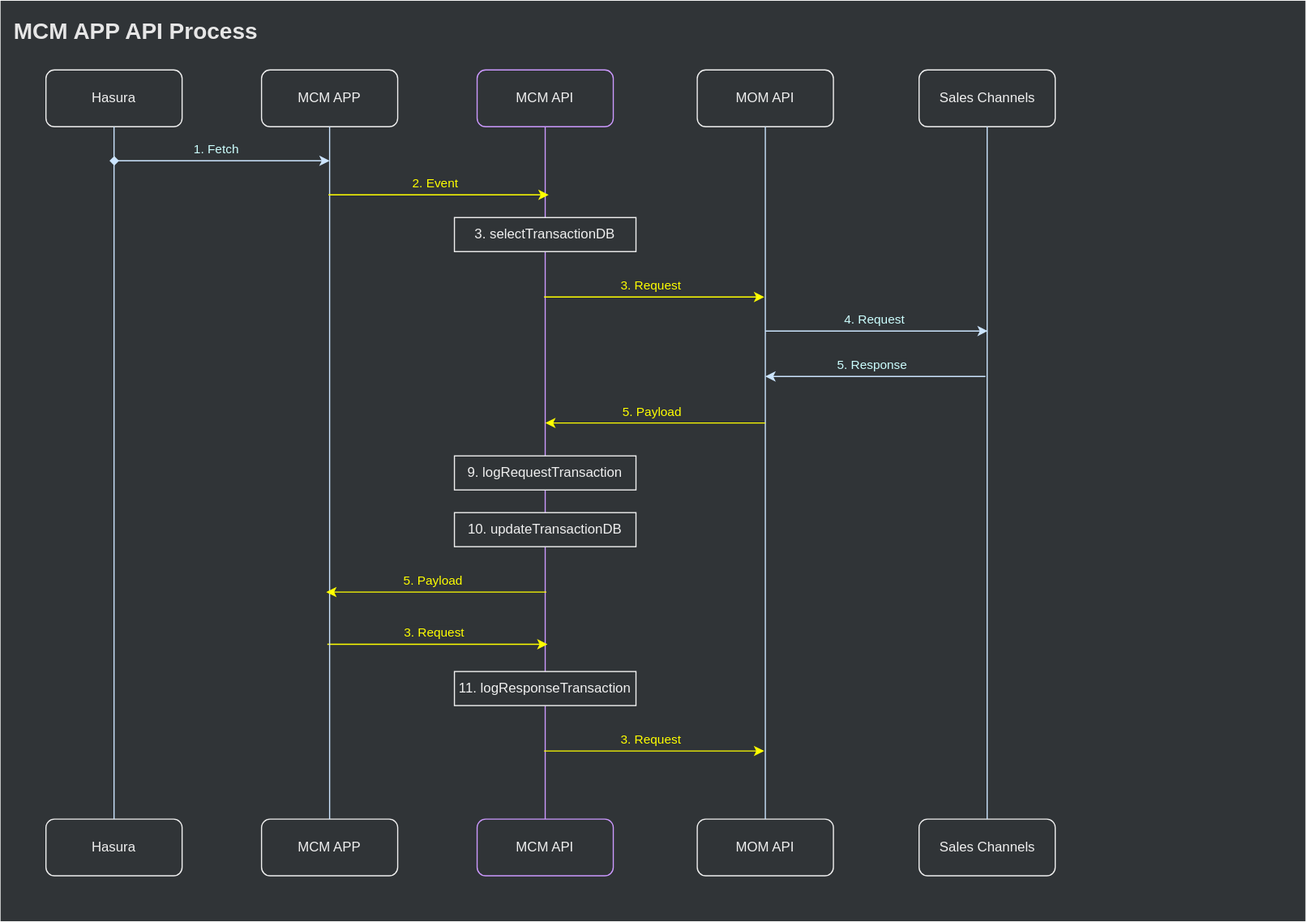
jiholee-ntwglobal/jiholee-ntwglobal.github.io keeps this draw.io diagram as assets/.draw.io/documents/geclio2-mcm-app-api.svg. Above is the earlier version. Source tidied: cells renumbered, new cells last; positions are measured from the earlier drawing's top-left corner, leaving out a move shared by most shapes.
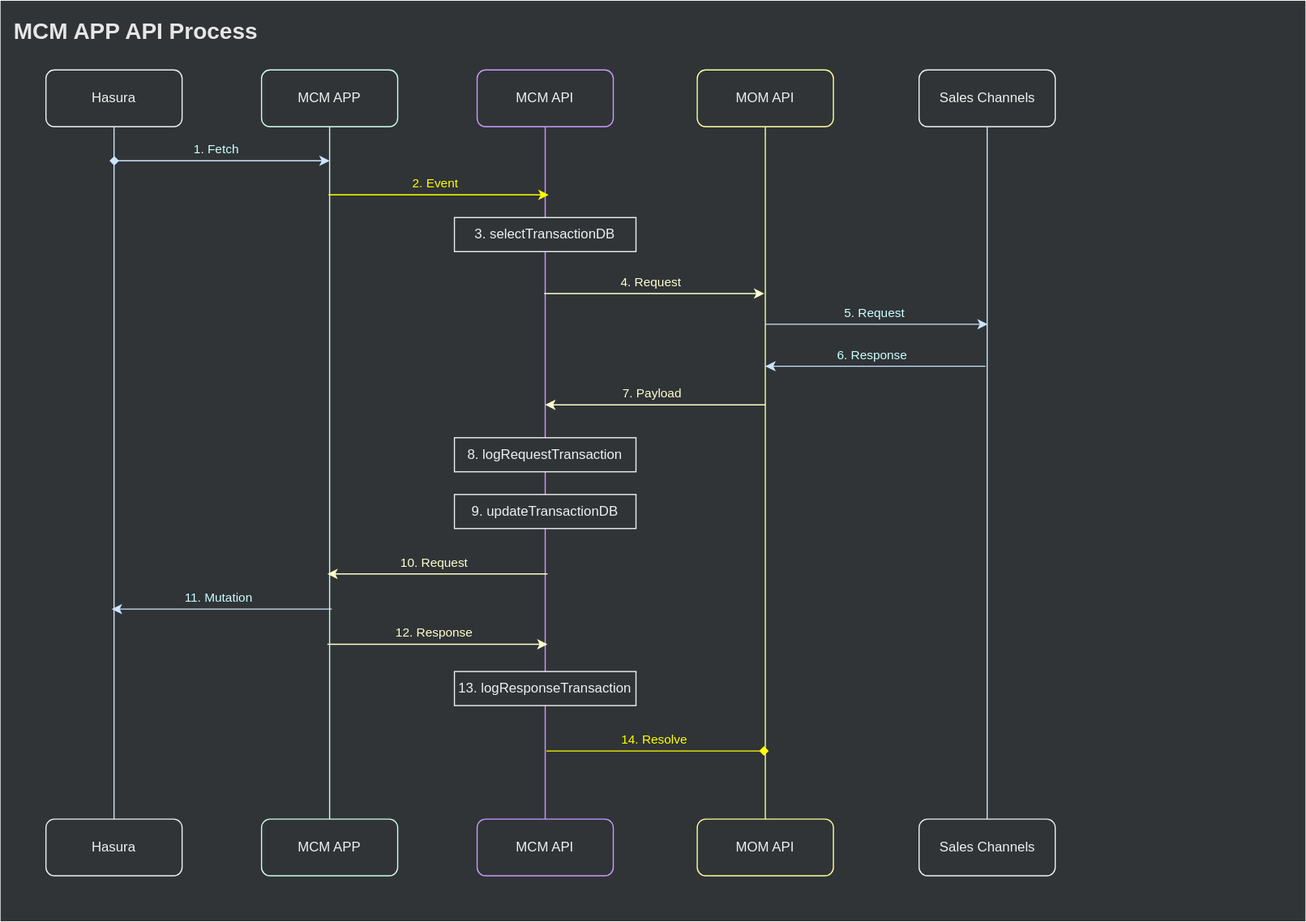
After the commit.

What changed in the source:
```diff
@@ -12,7 +12,7 @@
     <mxCell id="5" value="MCM API" style="rounded=1;whiteSpace=wrap;html=1;fontColor=#F0F0F0;strokeColor=#CC99FF;fillColor=#303437;" parent="3" vertex="1">
       <mxGeometry x="420" y="61" width="120" height="50" as="geometry" />
     </mxCell>
-    <mxCell id="6" value="MOM API" style="rounded=1;whiteSpace=wrap;html=1;fontColor=#F0F0F0;strokeColor=#F0F0F0;fillColor=#303437;" parent="3" vertex="1">
+    <mxCell id="6" value="MOM API" style="rounded=1;whiteSpace=wrap;html=1;fontColor=#F0F0F0;fillColor=#303437;strokeColor=#FFFF99;" parent="3" vertex="1">
       <mxGeometry x="614" y="61" width="120" height="50" as="geometry" />
     </mxCell>
     <mxCell id="7" value="Hasura" style="rounded=1;whiteSpace=wrap;html=1;fontColor=#F0F0F0;strokeColor=#F0F0F0;fillColor=#303437;" parent="3" vertex="1">
@@ -24,7 +24,7 @@
     <mxCell id="9" value="MCM API" style="rounded=1;whiteSpace=wrap;html=1;fontColor=#F0F0F0;strokeColor=#CC99FF;fillColor=#303437;" parent="3" vertex="1">
       <mxGeometry x="420" y="721" width="120" height="50" as="geometry" />
     </mxCell>
-    <mxCell id="10" value="MOM API" style="rounded=1;whiteSpace=wrap;html=1;fontColor=#F0F0F0;strokeColor=#F0F0F0;fillColor=#303437;" parent="3" vertex="1">
+    <mxCell id="10" value="MOM API" style="rounded=1;whiteSpace=wrap;html=1;fontColor=#F0F0F0;fillColor=#303437;strokeColor=#FFFF99;" parent="3" vertex="1">
       <mxGeometry x="614" y="721" width="120" height="50" as="geometry" />
     </mxCell>
     <mxCell id="11" value="Hasura" style="rounded=1;whiteSpace=wrap;html=1;fontColor=#F0F0F0;strokeColor=#F0F0F0;fillColor=#303437;" parent="3" vertex="1">
@@ -33,7 +33,7 @@
     <mxCell id="12" style="endArrow=none;html=1;entryX=0.5;entryY=1;entryDx=0;entryDy=0;exitX=0.5;exitY=0;exitDx=0;exitDy=0;strokeColor=#CC99FF;" parent="3" edge="1" source="9" target="5">
       <mxGeometry relative="1" as="geometry" />
     </mxCell>
-    <mxCell id="13" style="endArrow=none;html=1;strokeColor=#CCE5FF;entryX=0.5;entryY=1;entryDx=0;entryDy=0;exitX=0.5;exitY=0;exitDx=0;exitDy=0;" parent="3" edge="1" source="10" target="6">
+    <mxCell id="13" style="endArrow=none;html=1;entryX=0.5;entryY=1;entryDx=0;entryDy=0;exitX=0.5;exitY=0;exitDx=0;exitDy=0;strokeColor=#FFFF99;" parent="3" edge="1" source="10" target="6">
       <mxGeometry relative="1" as="geometry" />
     </mxCell>
     <mxCell id="14" style="endArrow=none;html=1;strokeColor=#CCE5FF;entryX=0.5;entryY=1;entryDx=0;entryDy=0;exitX=0.5;exitY=0;exitDx=0;exitDy=0;" parent="3" edge="1" source="8" target="4">
@@ -42,83 +42,89 @@
     <mxCell id="15" style="endArrow=none;html=1;strokeColor=#CCE5FF;entryX=0.5;entryY=1;entryDx=0;entryDy=0;exitX=0.5;exitY=0;exitDx=0;exitDy=0;" parent="3" edge="1" source="11" target="7">
       <mxGeometry relative="1" as="geometry" />
     </mxCell>
-    <mxCell id="16" value="&lt;font color=&quot;#ccffff&quot;&gt;1. Fetch&lt;/font&gt;" style="endArrow=classic;html=1;strokeColor=#CCE5FF;startArrow=diamond;startFill=1;labelBackgroundColor=#303437;" parent="3" edge="1">
+    <mxCell id="16" value="&lt;font color=&quot;#ccffff&quot; style=&quot;background-color: rgb(48 , 52 , 55)&quot;&gt;1. Fetch&lt;/font&gt;" style="endArrow=classic;html=1;strokeColor=#CCE5FF;startArrow=diamond;startFill=1;labelBackgroundColor=#303437;" parent="3" edge="1">
       <mxGeometry x="-0.03" y="10" relative="1" as="geometry">
         <mxPoint x="96" y="141" as="sourcePoint" />
         <mxPoint x="290" y="141" as="targetPoint" />
       </mxGeometry>
     </mxCell>
-    <mxCell id="17" value="&lt;font color=&quot;#ccffff&quot;&gt;5. Response&lt;/font&gt;" style="endArrow=none;html=1;strokeColor=#CCE5FF;startArrow=classic;startFill=1;endFill=0;labelBackgroundColor=#303437;" parent="3" edge="1">
+    <mxCell id="17" value="&lt;font color=&quot;#ccffff&quot; style=&quot;background-color: rgb(48 , 52 , 55)&quot;&gt;6. Response&lt;/font&gt;" style="endArrow=none;html=1;strokeColor=#CCE5FF;startArrow=classic;startFill=1;endFill=0;labelBackgroundColor=#303437;" parent="3" edge="1">
       <mxGeometry x="-0.03" y="10" relative="1" as="geometry">
-        <mxPoint x="674" y="331" as="sourcePoint" />
-        <mxPoint x="868" y="331" as="targetPoint" />
+        <mxPoint x="674" y="322" as="sourcePoint" />
+        <mxPoint x="868" y="322" as="targetPoint" />
       </mxGeometry>
     </mxCell>
-    <mxCell id="18" value="&lt;font color=&quot;#ffff00&quot;&gt;3. Request&lt;/font&gt;" style="endArrow=classic;html=1;strokeColor=#FFFF00;labelBackgroundColor=#303437;" parent="3" edge="1">
+    <mxCell id="18" value="&lt;font style=&quot;background-color: rgb(48 , 52 , 55)&quot; color=&quot;#ffffcc&quot;&gt;12. Response&lt;/font&gt;" style="endArrow=classic;html=1;labelBackgroundColor=#303437;strokeColor=#FFFFCC;" parent="3" edge="1">
       <mxGeometry x="-0.03" y="10" relative="1" as="geometry">
         <mxPoint x="288" y="567" as="sourcePoint" />
         <mxPoint x="482" y="567" as="targetPoint" />
       </mxGeometry>
     </mxCell>
-    <mxCell id="19" value="&lt;font color=&quot;#ffff00&quot;&gt;5. Payload&lt;/font&gt;" style="endArrow=none;html=1;startArrow=classic;startFill=1;endFill=0;strokeColor=#FFFF00;labelBackgroundColor=#303437;" parent="3" edge="1">
+    <mxCell id="19" value="&lt;font style=&quot;background-color: rgb(48 , 52 , 55)&quot; color=&quot;#ffffcc&quot;&gt;7. Payload&lt;/font&gt;" style="endArrow=none;html=1;startArrow=classic;startFill=1;endFill=0;labelBackgroundColor=#303437;strokeColor=#FFFFCC;" parent="3" edge="1">
       <mxGeometry x="-0.03" y="10" relative="1" as="geometry">
-        <mxPoint x="480" y="372" as="sourcePoint" />
-        <mxPoint x="674" y="372" as="targetPoint" />
+        <mxPoint x="480" y="356" as="sourcePoint" />
+        <mxPoint x="674" y="356" as="targetPoint" />
       </mxGeometry>
     </mxCell>
-    <mxCell id="20" value="9. logRequestTransaction" style="rounded=0;whiteSpace=wrap;html=1;fontColor=#F0F0F0;strokeColor=#F0F0F0;fillColor=#303437;" parent="3" vertex="1">
-      <mxGeometry x="400" y="401" width="160" height="30" as="geometry" />
+    <mxCell id="20" value="8. logRequestTransaction" style="rounded=0;whiteSpace=wrap;html=1;fontColor=#F0F0F0;strokeColor=#F0F0F0;fillColor=#303437;" parent="3" vertex="1">
+      <mxGeometry x="400" y="385" width="160" height="30" as="geometry" />
     </mxCell>
-    <mxCell id="21" value="11. logResponseTransaction" style="rounded=0;whiteSpace=wrap;html=1;fontColor=#F0F0F0;strokeColor=#F0F0F0;fillColor=#303437;" parent="3" vertex="1">
+    <mxCell id="21" value="13. logResponseTransaction" style="rounded=0;whiteSpace=wrap;html=1;fontColor=#F0F0F0;strokeColor=#F0F0F0;fillColor=#303437;" parent="3" vertex="1">
       <mxGeometry x="400" y="591" width="160" height="30" as="geometry" />
     </mxCell>
-    <mxCell id="22" value="10. updateTransactionDB" style="rounded=0;whiteSpace=wrap;html=1;fontColor=#F0F0F0;strokeColor=#F0F0F0;fillColor=#303437;" parent="3" vertex="1">
-      <mxGeometry x="400" y="451" width="160" height="30" as="geometry" />
+    <mxCell id="22" value="9. updateTransactionDB" style="rounded=0;whiteSpace=wrap;html=1;fontColor=#F0F0F0;strokeColor=#F0F0F0;fillColor=#303437;" parent="3" vertex="1">
+      <mxGeometry x="400" y="435" width="160" height="30" as="geometry" />
     </mxCell>
     <mxCell id="23" value="&lt;b&gt;MCM APP API Process&lt;/b&gt;" style="text;html=1;strokeColor=none;fillColor=none;align=left;verticalAlign=middle;whiteSpace=wrap;rounded=0;fontSize=20;fontColor=#E6E6E6;" parent="3" vertex="1">
       <mxGeometry x="10" y="11" width="420" height="30" as="geometry" />
     </mxCell>
-    <mxCell id="24" value="MCM APP" style="rounded=1;whiteSpace=wrap;html=1;fontColor=#F0F0F0;strokeColor=#F0F0F0;fillColor=#303437;" parent="3" vertex="1">
+    <mxCell id="24" value="MCM APP" style="rounded=1;whiteSpace=wrap;html=1;fontColor=#F0F0F0;fillColor=#303437;strokeColor=#CCFFE6;" parent="3" vertex="1">
       <mxGeometry x="230" y="61" width="120" height="50" as="geometry" />
     </mxCell>
-    <mxCell id="25" value="MCM APP" style="rounded=1;whiteSpace=wrap;html=1;fontColor=#F0F0F0;strokeColor=#F0F0F0;fillColor=#303437;" parent="3" vertex="1">
+    <mxCell id="25" value="MCM APP" style="rounded=1;whiteSpace=wrap;html=1;fontColor=#F0F0F0;fillColor=#303437;strokeColor=#CCFFE6;" parent="3" vertex="1">
       <mxGeometry x="230" y="721" width="120" height="50" as="geometry" />
     </mxCell>
-    <mxCell id="26" style="endArrow=none;html=1;strokeColor=#CCE5FF;entryX=0.5;entryY=1;entryDx=0;entryDy=0;exitX=0.5;exitY=0;exitDx=0;exitDy=0;" parent="3" edge="1" source="25" target="24">
+    <mxCell id="26" style="endArrow=none;html=1;entryX=0.5;entryY=1;entryDx=0;entryDy=0;exitX=0.5;exitY=0;exitDx=0;exitDy=0;strokeColor=#CCFFE6;" parent="3" edge="1" source="25" target="24">
       <mxGeometry relative="1" as="geometry" />
     </mxCell>
-    <mxCell id="27" value="&lt;font color=&quot;#ffff00&quot;&gt;2. Event&lt;/font&gt;" style="endArrow=classic;html=1;strokeColor=#FFFF00;labelBackgroundColor=#303437;" parent="3" edge="1">
+    <mxCell id="27" value="&lt;font color=&quot;#ffff00&quot; style=&quot;background-color: rgb(48 , 52 , 55)&quot;&gt;2. Event&lt;/font&gt;" style="endArrow=classic;html=1;strokeColor=#FFFF00;labelBackgroundColor=#303437;" parent="3" edge="1">
       <mxGeometry x="-0.03" y="10" relative="1" as="geometry">
         <mxPoint x="289" y="171" as="sourcePoint" />
         <mxPoint x="483" y="171" as="targetPoint" />
       </mxGeometry>
     </mxCell>
-    <mxCell id="28" value="&lt;font color=&quot;#ccffff&quot;&gt;4. Request&lt;/font&gt;" style="endArrow=none;html=1;strokeColor=#CCE5FF;startArrow=classic;startFill=1;endFill=0;labelBackgroundColor=#303437;" parent="3" edge="1">
+    <mxCell id="28" value="&lt;font color=&quot;#ccffff&quot; style=&quot;background-color: rgb(48 , 52 , 55)&quot;&gt;5. Request&lt;/font&gt;" style="endArrow=none;html=1;strokeColor=#CCE5FF;startArrow=classic;startFill=1;endFill=0;labelBackgroundColor=#303437;" parent="3" edge="1">
       <mxGeometry x="0.02" y="-10" relative="1" as="geometry">
-        <mxPoint x="870" y="291" as="sourcePoint" />
-        <mxPoint x="674" y="291" as="targetPoint" />
+        <mxPoint x="870" y="285" as="sourcePoint" />
+        <mxPoint x="674" y="285" as="targetPoint" />
       </mxGeometry>
     </mxCell>
     <mxCell id="29" value="3. selectTransactionDB" style="rounded=0;whiteSpace=wrap;html=1;fontColor=#F0F0F0;strokeColor=#F0F0F0;fillColor=#303437;" parent="3" vertex="1">
       <mxGeometry x="400" y="191" width="160" height="30" as="geometry" />
     </mxCell>
-    <mxCell id="30" value="&lt;font color=&quot;#ffff00&quot;&gt;5. Payload&lt;/font&gt;" style="endArrow=none;html=1;startArrow=classic;startFill=1;endFill=0;strokeColor=#FFFF00;labelBackgroundColor=#303437;" parent="3" edge="1">
+    <mxCell id="30" value="&lt;font style=&quot;background-color: rgb(48 , 52 , 55)&quot; color=&quot;#ffffcc&quot;&gt;10. Request&lt;/font&gt;" style="endArrow=none;html=1;startArrow=classic;startFill=1;endFill=0;labelBackgroundColor=#303437;strokeColor=#FFFFCC;" parent="3" edge="1">
       <mxGeometry x="-0.03" y="10" relative="1" as="geometry">
-        <mxPoint x="287" y="521" as="sourcePoint" />
-        <mxPoint x="481" y="521" as="targetPoint" />
+        <mxPoint x="288" y="505" as="sourcePoint" />
+        <mxPoint x="482" y="505" as="targetPoint" />
       </mxGeometry>
     </mxCell>
-    <mxCell id="31" value="&lt;font color=&quot;#ffff00&quot;&gt;3. Request&lt;/font&gt;" style="endArrow=classic;html=1;strokeColor=#FFFF00;labelBackgroundColor=#303437;" parent="3" edge="1">
+    <mxCell id="31" value="&lt;font style=&quot;background-color: rgb(48 , 52 , 55)&quot;&gt;14. Resolve&lt;/font&gt;" style="endArrow=diamond;html=1;labelBackgroundColor=#303437;fontColor=#FFFF00;strokeColor=#FFFF00;endFill=1;" parent="3" edge="1">
       <mxGeometry x="-0.03" y="10" relative="1" as="geometry">
-        <mxPoint x="479" y="661" as="sourcePoint" />
-        <mxPoint x="673" y="661" as="targetPoint" />
+        <mxPoint x="481" y="661" as="sourcePoint" />
+        <mxPoint x="677" y="661" as="targetPoint" />
       </mxGeometry>
     </mxCell>
-    <mxCell id="32" value="&lt;font color=&quot;#ffff00&quot;&gt;3. Request&lt;/font&gt;" style="endArrow=classic;html=1;strokeColor=#FFFF00;labelBackgroundColor=#303437;" parent="3" edge="1">
+    <mxCell id="32" value="&lt;font color=&quot;#ffffcc&quot; style=&quot;background-color: rgb(48 , 52 , 55)&quot;&gt;4. Request&lt;/font&gt;" style="endArrow=classic;html=1;labelBackgroundColor=#303437;strokeColor=#FFFFCC;" parent="3" edge="1">
       <mxGeometry x="-0.03" y="10" relative="1" as="geometry">
-        <mxPoint x="479" y="261" as="sourcePoint" />
-        <mxPoint x="673" y="261" as="targetPoint" />
+        <mxPoint x="479" y="258" as="sourcePoint" />
+        <mxPoint x="673" y="258" as="targetPoint" />
       </mxGeometry>
     </mxCell>
+    <mxCell id="33" value="&lt;font color=&quot;#ccffff&quot; style=&quot;background-color: rgb(48 , 52 , 55)&quot;&gt;11. Mutation&lt;/font&gt;" style="endArrow=none;html=1;strokeColor=#CCE5FF;startArrow=classic;startFill=1;endFill=0;labelBackgroundColor=#303437;" parent="3" edge="1">
+      <mxGeometry x="-0.03" y="10" relative="1" as="geometry">
+        <mxPoint x="98" y="536" as="sourcePoint" />
+        <mxPoint x="292" y="536" as="targetPoint" />
+      </mxGeometry>
+    </mxCell>
   </root>
 </mxGraphModel>
```
